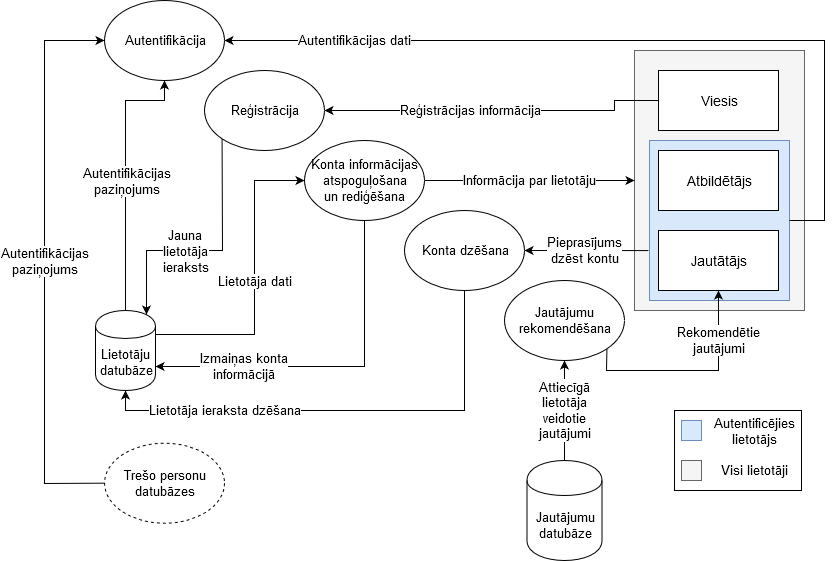
This is DPD2_3.png from santiims/PI, a draw.io export, as it was before one commit. Source tidied: cells renumbered, new cells last; positions are measured from the earlier drawing's top-left corner, leaving out a move shared by most shapes.
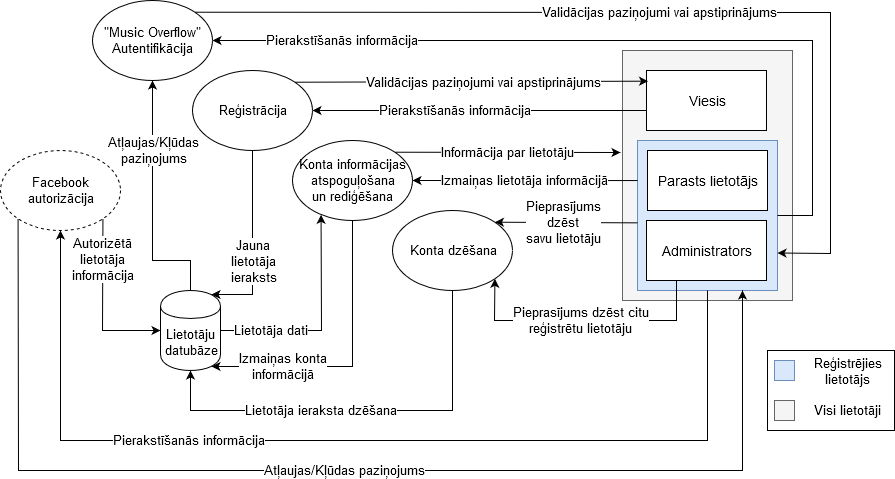
Later version of the same file.

What changed in the source:
```diff
@@ -2,149 +2,170 @@
   <root>
     <mxCell id="0" />
     <mxCell id="1" parent="0" />
+    <mxCell id="33" style="rounded=0;whiteSpace=wrap;html=1;fillColor=none;fontSize=13;" parent="1" vertex="1">
+      <mxGeometry x="729" y="310" width="127" height="80" as="geometry" />
+    </mxCell>
     <mxCell id="2" style="rounded=0;whiteSpace=wrap;html=1;fillColor=#f5f5f5;fontSize=13;strokeColor=#666666;fontColor=#333333;" parent="1" vertex="1">
-      <mxGeometry x="590" y="50" width="170" height="260" as="geometry" />
+      <mxGeometry x="584" y="10" width="170" height="250" as="geometry" />
     </mxCell>
     <mxCell id="3" style="rounded=0;whiteSpace=wrap;html=1;fontSize=13;fillColor=#dae8fc;strokeColor=#6c8ebf;" parent="1" vertex="1">
-      <mxGeometry x="605" y="140" width="140" height="160" as="geometry" />
+      <mxGeometry x="599" y="100" width="140" height="150" as="geometry" />
     </mxCell>
-    <mxCell id="4" value="Atbildētājs" style="rounded=0;whiteSpace=wrap;html=1;fontSize=14;" parent="1" vertex="1">
-      <mxGeometry x="614" y="150" width="120" height="60" as="geometry" />
-    </mxCell>
-    <mxCell id="5" value="Jautātājs" style="rounded=0;whiteSpace=wrap;html=1;fontSize=14;" parent="1" vertex="1">
-      <mxGeometry x="614" y="230" width="120" height="60" as="geometry" />
-    </mxCell>
     <mxCell id="6" value="Viesis" style="rounded=0;whiteSpace=wrap;html=1;fontSize=14;" parent="1" vertex="1">
-      <mxGeometry x="614" y="70" width="120" height="60" as="geometry" />
+      <mxGeometry x="608" y="30" width="120" height="60" as="geometry" />
     </mxCell>
-    <mxCell id="7" value="Rekomendētie&lt;br&gt;jautājumi" style="endArrow=classic;html=1;rounded=0;exitX=1;exitY=1;exitDx=0;exitDy=0;entryX=0.5;entryY=1;entryDx=0;entryDy=0;fontSize=13;" parent="1" edge="1" source="18" target="5">
-      <mxGeometry x="0.53" relative="1" as="geometry">
-        <Array as="points">
-          <mxPoint x="562" y="370" />
-          <mxPoint x="674" y="370" />
-        </Array>
-      </mxGeometry>
-    </mxCell>
     <mxCell id="8" value="Lietotāju&lt;br style=&quot;font-size: 13px;&quot;&gt;datubāze" style="shape=cylinder;whiteSpace=wrap;html=1;boundedLbl=1;backgroundOutline=1;fillColor=#ffffff;fontSize=13;" parent="1" vertex="1">
-      <mxGeometry x="51" y="310" width="60" height="80" as="geometry" />
+      <mxGeometry x="122" y="250" width="60" height="80" as="geometry" />
     </mxCell>
     <mxCell id="9" style="endArrow=classic;html=1;rounded=0;entryX=0.5;entryY=1;entryDx=0;entryDy=0;exitX=0.5;exitY=0;exitDx=0;exitDy=0;fontSize=13;" parent="1" edge="1" source="8" target="15">
       <mxGeometry relative="1" as="geometry">
         <Array as="points">
-          <mxPoint x="81" y="100" />
-          <mxPoint x="120" y="100" />
+          <mxPoint x="152" y="220" />
+          <mxPoint x="114" y="220" />
         </Array>
       </mxGeometry>
     </mxCell>
-    <mxCell id="10" value="Autentifikācijas&lt;br&gt;paziņojums" style="text;html=1;align=center;verticalAlign=middle;labelBackgroundColor=#ffffff;fontSize=13;" parent="9" vertex="1">
+    <mxCell id="10" value="Atļaujas/Kļūdas&lt;br&gt;paziņojums" style="text;html=1;align=center;verticalAlign=middle;labelBackgroundColor=#ffffff;fontSize=13;" parent="9" vertex="1">
       <mxGeometry x="0.38" y="-1" relative="1" as="geometry">
-        <mxPoint x="-1" y="55" as="offset" />
+        <mxPoint x="-1" y="-7.4" as="offset" />
       </mxGeometry>
     </mxCell>
     <mxCell id="11" value="Lietotāja ieraksta dzēšana" style="endArrow=classic;html=1;entryX=0.5;entryY=1;entryDx=0;entryDy=0;exitX=0.5;exitY=1;exitDx=0;exitDy=0;rounded=0;fontSize=13;" parent="1" edge="1" source="17" target="8">
-      <mxGeometry x="0.5" relative="1" as="geometry">
+      <mxGeometry x="0.19" relative="1" as="geometry">
         <Array as="points">
-          <mxPoint x="420" y="410" />
-          <mxPoint x="81" y="410" />
+          <mxPoint x="414" y="370" />
+          <mxPoint x="152" y="370" />
         </Array>
       </mxGeometry>
     </mxCell>
-    <mxCell id="12" value="Lietotāja dati" style="endArrow=classic;html=1;entryX=0;entryY=0.5;entryDx=0;entryDy=0;rounded=0;exitX=1;exitY=0.3;exitDx=0;exitDy=0;fontSize=13;" parent="1" edge="1" source="8" target="16">
-      <mxGeometry relative="1" as="geometry">
+    <mxCell id="12" value="Lietotāja dati" style="endArrow=classic;html=1;entryX=0.238;entryY=0.929;entryDx=0;entryDy=0;rounded=0;exitX=1;exitY=0.5;exitDx=0;exitDy=0;fontSize=13;entryPerimeter=0;" parent="1" edge="1" source="8" target="16">
+      <mxGeometry x="-0.54" relative="1" as="geometry">
         <Array as="points">
-          <mxPoint x="210" y="334" />
-          <mxPoint x="210" y="180" />
+          <mxPoint x="283" y="290" />
         </Array>
       </mxGeometry>
     </mxCell>
-    <mxCell id="13" value="Reģistrācijas informācija" style="endArrow=classic;html=1;rounded=0;entryX=1;entryY=0.5;entryDx=0;entryDy=0;exitX=0;exitY=0.5;exitDx=0;exitDy=0;fontSize=13;" parent="1" edge="1" source="6" target="14">
+    <mxCell id="13" value="Pierakstīšanās informācija" style="endArrow=classic;html=1;rounded=0;entryX=1;entryY=0.5;entryDx=0;entryDy=0;fontSize=13;" parent="1" edge="1" target="14">
       <mxGeometry x="0.15" relative="1" as="geometry">
-        <Array as="points">
-          <mxPoint x="570" y="100" />
-          <mxPoint x="570" y="110" />
-        </Array>
+        <mxPoint x="608" y="70" as="sourcePoint" />
       </mxGeometry>
     </mxCell>
     <mxCell id="14" value="Reģistrācija" style="ellipse;whiteSpace=wrap;html=1;fontSize=13;" parent="1" vertex="1">
-      <mxGeometry x="160" y="70" width="120" height="80" as="geometry" />
+      <mxGeometry x="154" y="30" width="120" height="80" as="geometry" />
     </mxCell>
-    <mxCell id="15" value="Autentifikācija" style="ellipse;whiteSpace=wrap;html=1;fontSize=13;" parent="1" vertex="1">
-      <mxGeometry x="60" width="120" height="80" as="geometry" />
+    <mxCell id="15" value="&quot;Music Overflow&quot;&lt;br&gt;Autentifikācija" style="ellipse;whiteSpace=wrap;html=1;fontSize=13;" parent="1" vertex="1">
+      <mxGeometry x="54" y="-40" width="120" height="80" as="geometry" />
     </mxCell>
     <mxCell id="16" value="Konta informācijas&lt;br&gt;atspoguļošana&lt;br&gt;un rediģēšana" style="ellipse;whiteSpace=wrap;html=1;fontSize=13;" parent="1" vertex="1">
-      <mxGeometry x="260" y="140" width="120" height="80" as="geometry" />
+      <mxGeometry x="254" y="100" width="120" height="80" as="geometry" />
     </mxCell>
     <mxCell id="17" value="Konta dzēšana" style="ellipse;whiteSpace=wrap;html=1;fontSize=13;" parent="1" vertex="1">
-      <mxGeometry x="360" y="210" width="120" height="80" as="geometry" />
+      <mxGeometry x="354" y="170" width="120" height="80" as="geometry" />
     </mxCell>
-    <mxCell id="18" value="Jautājumu&lt;br&gt;rekomendēšana" style="ellipse;whiteSpace=wrap;html=1;fontSize=13;" parent="1" vertex="1">
-      <mxGeometry x="460" y="280" width="120" height="80" as="geometry" />
-    </mxCell>
-    <mxCell id="19" value="Jautājumu&lt;br&gt;datubāze" style="shape=cylinder;whiteSpace=wrap;html=1;boundedLbl=1;backgroundOutline=1;fillColor=#ffffff;fontSize=13;" parent="1" vertex="1">
-      <mxGeometry x="482.5" y="460" width="75" height="100" as="geometry" />
-    </mxCell>
-    <mxCell id="20" value="Attiecīgā&lt;br&gt;lietotāja&lt;br&gt;veidotie&lt;br&gt;jautājumi" style="endArrow=classic;html=1;entryX=0.5;entryY=1;entryDx=0;entryDy=0;rounded=0;exitX=0.5;exitY=0;exitDx=0;exitDy=0;fontSize=13;" parent="1" edge="1" source="19" target="18">
-      <mxGeometry relative="1" as="geometry" />
-    </mxCell>
-    <mxCell id="21" value="Pieprasījums&lt;br&gt;dzēst kontu" style="endArrow=classic;html=1;strokeColor=#000000;fontSize=13;rounded=0;entryX=1;entryY=0.5;entryDx=0;entryDy=0;exitX=-0.007;exitY=0.688;exitDx=0;exitDy=0;exitPerimeter=0;" parent="1" edge="1" source="3" target="17">
+    <mxCell id="21" value="Pieprasījums&lt;br&gt;dzēst&lt;br&gt;savu lietotāju" style="endArrow=classic;html=1;strokeColor=#000000;fontSize=13;rounded=0;entryX=1;entryY=0;entryDx=0;entryDy=0;exitX=0.002;exitY=0.549;exitDx=0;exitDy=0;exitPerimeter=0;" parent="1" edge="1" source="3" target="17">
       <mxGeometry x="0.03" relative="1" as="geometry" />
     </mxCell>
-    <mxCell id="22" style="endArrow=classic;html=1;rounded=0;entryX=0.85;entryY=0.05;entryDx=0;entryDy=0;exitX=0;exitY=1;exitDx=0;exitDy=0;fontSize=13;entryPerimeter=0;" parent="1" edge="1" source="14" target="8">
+    <mxCell id="22" style="endArrow=classic;html=1;rounded=0;entryX=0.85;entryY=0.05;entryDx=0;entryDy=0;exitX=0.5;exitY=1;exitDx=0;exitDy=0;fontSize=13;entryPerimeter=0;" parent="1" edge="1" source="14" target="8">
       <mxGeometry relative="1" as="geometry">
         <Array as="points">
-          <mxPoint x="178" y="250" />
-          <mxPoint x="102" y="250" />
+          <mxPoint x="214" y="254" />
         </Array>
       </mxGeometry>
     </mxCell>
     <mxCell id="23" value="Jauna&lt;br&gt;lietotāja&lt;br&gt;ieraksts" style="text;html=1;align=center;verticalAlign=middle;labelBackgroundColor=#ffffff;fontSize=13;" parent="22" vertex="1">
       <mxGeometry x="0.38" y="-1" relative="1" as="geometry">
-        <mxPoint x="23.5" y="1" as="offset" />
+        <mxPoint x="1" y="-17" as="offset" />
       </mxGeometry>
     </mxCell>
-    <mxCell id="24" value="Informācija par lietotāju" style="endArrow=classic;html=1;strokeColor=#000000;fontSize=13;exitX=1;exitY=0.5;exitDx=0;exitDy=0;entryX=0;entryY=0.5;entryDx=0;entryDy=0;rounded=0;" parent="1" edge="1" source="16" target="2">
-      <mxGeometry relative="1" as="geometry" />
+    <mxCell id="24" value="Informācija par lietotāju" style="endArrow=classic;html=1;strokeColor=#000000;fontSize=13;exitX=1;exitY=0;exitDx=0;exitDy=0;rounded=0;" parent="1" edge="1" source="16">
+      <mxGeometry relative="1" as="geometry">
+        <mxPoint x="582" y="112" as="targetPoint" />
+      </mxGeometry>
     </mxCell>
-    <mxCell id="25" value="Autentifikācijas dati" style="endArrow=classic;html=1;strokeColor=#000000;fontSize=13;exitX=1;exitY=0.5;exitDx=0;exitDy=0;rounded=0;entryX=1;entryY=0.5;entryDx=0;entryDy=0;" parent="1" edge="1" source="3" target="15">
+    <mxCell id="25" value="Pierakstīšanās informācija" style="endArrow=classic;html=1;strokeColor=#000000;fontSize=13;exitX=1;exitY=0.5;exitDx=0;exitDy=0;rounded=0;entryX=1;entryY=0.5;entryDx=0;entryDy=0;" parent="1" edge="1" source="3" target="15">
       <mxGeometry x="0.68" relative="1" as="geometry">
         <Array as="points">
-          <mxPoint x="780" y="220" />
-          <mxPoint x="780" y="40" />
+          <mxPoint x="774" y="175" />
+          <mxPoint x="774" />
         </Array>
       </mxGeometry>
     </mxCell>
-    <mxCell id="26" value="Izmaiņas konta&lt;br&gt;informācijā" style="endArrow=classic;html=1;entryX=1;entryY=0.7;entryDx=0;entryDy=0;exitX=0.5;exitY=1;exitDx=0;exitDy=0;rounded=0;fontSize=13;" parent="1" edge="1" source="16" target="8">
+    <mxCell id="26" value="Izmaiņas konta&lt;br&gt;informācijā" style="endArrow=classic;html=1;entryX=0.85;entryY=0.95;entryDx=0;entryDy=0;exitX=0.5;exitY=1;exitDx=0;exitDy=0;rounded=0;fontSize=13;entryPerimeter=0;" parent="1" edge="1" source="16" target="8">
       <mxGeometry x="0.5" relative="1" as="geometry">
         <Array as="points">
-          <mxPoint x="320" y="366" />
+          <mxPoint x="314" y="326" />
         </Array>
       </mxGeometry>
     </mxCell>
-    <mxCell id="27" value="Trešo personu&lt;br&gt;datubāzes" style="ellipse;whiteSpace=wrap;html=1;fillColor=#ffffff;fontSize=13;dashed=1;" parent="1" vertex="1">
-      <mxGeometry x="60" y="442.7" width="120" height="80" as="geometry" />
+    <mxCell id="27" value="Facebook&lt;br&gt;autorizācija" style="ellipse;whiteSpace=wrap;html=1;fillColor=#ffffff;fontSize=13;dashed=1;" parent="1" vertex="1">
+      <mxGeometry x="-38" y="110" width="120" height="80" as="geometry" />
     </mxCell>
-    <mxCell id="28" value="Autentifikācijas&lt;br&gt;paziņojums" style="endArrow=classic;html=1;strokeColor=#000000;fontSize=13;rounded=0;entryX=0;entryY=0.5;entryDx=0;entryDy=0;exitX=0;exitY=0.5;exitDx=0;exitDy=0;" parent="1" edge="1" source="27" target="15">
+    <mxCell id="28" value="Validācijas paziņojumi vai apstiprinājums" style="endArrow=classic;html=1;strokeColor=#000000;fontSize=13;rounded=0;exitX=1;exitY=0;exitDx=0;exitDy=0;entryX=1;entryY=0.75;entryDx=0;entryDy=0;" parent="1" edge="1" source="15" target="3">
       <mxGeometry relative="1" as="geometry">
         <Array as="points">
-          <mxPoint y="483" />
-          <mxPoint y="40" />
+          <mxPoint x="792" y="-28" />
+          <mxPoint x="792" y="213" />
         </Array>
       </mxGeometry>
     </mxCell>
     <mxCell id="29" style="rounded=0;whiteSpace=wrap;html=1;fontSize=13;fillColor=#dae8fc;strokeColor=#6c8ebf;" parent="1" vertex="1">
-      <mxGeometry x="637" y="420" width="20" height="20" as="geometry" />
+      <mxGeometry x="736" y="320" width="20" height="20" as="geometry" />
     </mxCell>
-    <mxCell id="30" value="Autentificējies&lt;br&gt;lietotājs" style="text;html=1;align=center;verticalAlign=top;spacingTop=-4;fontSize=13;" parent="1" vertex="1">
-      <mxGeometry x="660" y="412.5" width="100" height="30" as="geometry" />
+    <mxCell id="30" value="Reģistrējies&lt;br&gt;lietotājs" style="text;html=1;align=center;verticalAlign=top;spacingTop=-4;fontSize=13;" parent="1" vertex="1">
+      <mxGeometry x="769" y="312.5" width="80" height="30" as="geometry" />
     </mxCell>
     <mxCell id="31" style="rounded=0;whiteSpace=wrap;html=1;fontSize=13;fillColor=#f5f5f5;strokeColor=#666666;fontColor=#333333;" parent="1" vertex="1">
-      <mxGeometry x="637" y="460" width="20" height="20" as="geometry" />
+      <mxGeometry x="736" y="360" width="20" height="20" as="geometry" />
     </mxCell>
     <mxCell id="32" value="Visi lietotāji" style="text;html=1;align=center;verticalAlign=top;spacingTop=-4;fontSize=13;" parent="1" vertex="1">
-      <mxGeometry x="670" y="460" width="80" height="20" as="geometry" />
+      <mxGeometry x="769" y="360" width="80" height="20" as="geometry" />
     </mxCell>
-    <mxCell id="33" style="rounded=0;whiteSpace=wrap;html=1;fillColor=none;fontSize=13;" parent="1" vertex="1">
-      <mxGeometry x="630" y="410" width="127" height="80" as="geometry" />
-    </mxCell>
+    <mxCell id="34" value="&lt;span style=&quot;white-space: normal&quot;&gt;Parasts lietotājs&lt;/span&gt;" style="rounded=0;whiteSpace=wrap;html=1;fontSize=14;" parent="1" vertex="1">
+      <mxGeometry x="609" y="110" width="120" height="60" as="geometry" />
+    </mxCell>
+    <mxCell id="35" value="&lt;span style=&quot;white-space: normal&quot;&gt;Administrators&lt;/span&gt;" style="rounded=0;whiteSpace=wrap;html=1;fontSize=14;" parent="1" vertex="1">
+      <mxGeometry x="608" y="180" width="120" height="60" as="geometry" />
+    </mxCell>
+    <mxCell id="36" value="Pieprasījums&amp;nbsp;dzēst citu &lt;br&gt;reģistrētu lietotāju" style="endArrow=classic;html=1;strokeColor=#000000;fontSize=13;rounded=0;entryX=1;entryY=1;entryDx=0;entryDy=0;exitX=0.25;exitY=1;exitDx=0;exitDy=0;" parent="1" edge="1" source="35" target="17">
+      <mxGeometry x="0.03" relative="1" as="geometry">
+        <Array as="points">
+          <mxPoint x="638" y="280" />
+          <mxPoint x="456" y="280" />
+        </Array>
+      </mxGeometry>
+    </mxCell>
+    <mxCell id="37" style="endArrow=classic;html=1;exitX=1;exitY=0;exitDx=0;exitDy=0;entryX=0.013;entryY=0.178;entryDx=0;entryDy=0;entryPerimeter=0;" parent="1" edge="1" source="14" target="6">
+      <mxGeometry relative="1" as="geometry" />
+    </mxCell>
+    <mxCell id="38" value="Validācijas paziņojumi vai apstiprinājums" style="text;html=1;align=center;verticalAlign=middle;labelBackgroundColor=#ffffff;fontSize=13;" parent="37" vertex="1">
+      <mxGeometry x="0.06" relative="1" as="geometry" />
+    </mxCell>
+    <mxCell id="39" value="Izmaiņas lietotāja informācijā" style="endArrow=classic;html=1;fontSize=13;entryX=1;entryY=0.5;entryDx=0;entryDy=0;exitX=0.001;exitY=0.267;exitDx=0;exitDy=0;exitPerimeter=0;" parent="1" edge="1" source="3" target="16">
+      <mxGeometry relative="1" as="geometry" />
+    </mxCell>
+    <mxCell id="40" value="Atļaujas/Kļūdas&amp;nbsp;paziņojums" style="endArrow=classic;html=1;fontSize=13;exitX=0;exitY=1;exitDx=0;exitDy=0;rounded=0;entryX=0.75;entryY=1;entryDx=0;entryDy=0;" parent="1" edge="1" source="27" target="3">
+      <mxGeometry relative="1" as="geometry">
+        <Array as="points">
+          <mxPoint x="-20" y="430" />
+          <mxPoint x="704" y="430" />
+        </Array>
+      </mxGeometry>
+    </mxCell>
+    <mxCell id="41" value="Autorizētā&lt;br&gt;lietotāja&lt;br&gt;informācija" style="endArrow=classic;html=1;fontSize=13;exitX=1;exitY=1;exitDx=0;exitDy=0;entryX=0;entryY=0.5;entryDx=0;entryDy=0;strokeColor=#000000;rounded=0;" parent="1" edge="1" source="27" target="8">
+      <mxGeometry x="-0.5" relative="1" as="geometry">
+        <Array as="points">
+          <mxPoint x="64" y="290" />
+        </Array>
+        <mxPoint y="-1" as="offset" />
+      </mxGeometry>
+    </mxCell>
+    <mxCell id="42" value="Pierakstīšanās informācija" style="endArrow=classic;html=1;strokeColor=#000000;fontSize=13;rounded=0;entryX=0.5;entryY=1;entryDx=0;entryDy=0;exitX=0.5;exitY=1;exitDx=0;exitDy=0;" parent="1" edge="1" source="3" target="27">
+      <mxGeometry x="0.33" relative="1" as="geometry">
+        <Array as="points">
+          <mxPoint x="669" y="400" />
+          <mxPoint x="22" y="400" />
+        </Array>
+      </mxGeometry>
+    </mxCell>
   </root>
 </mxGraphModel>
```
